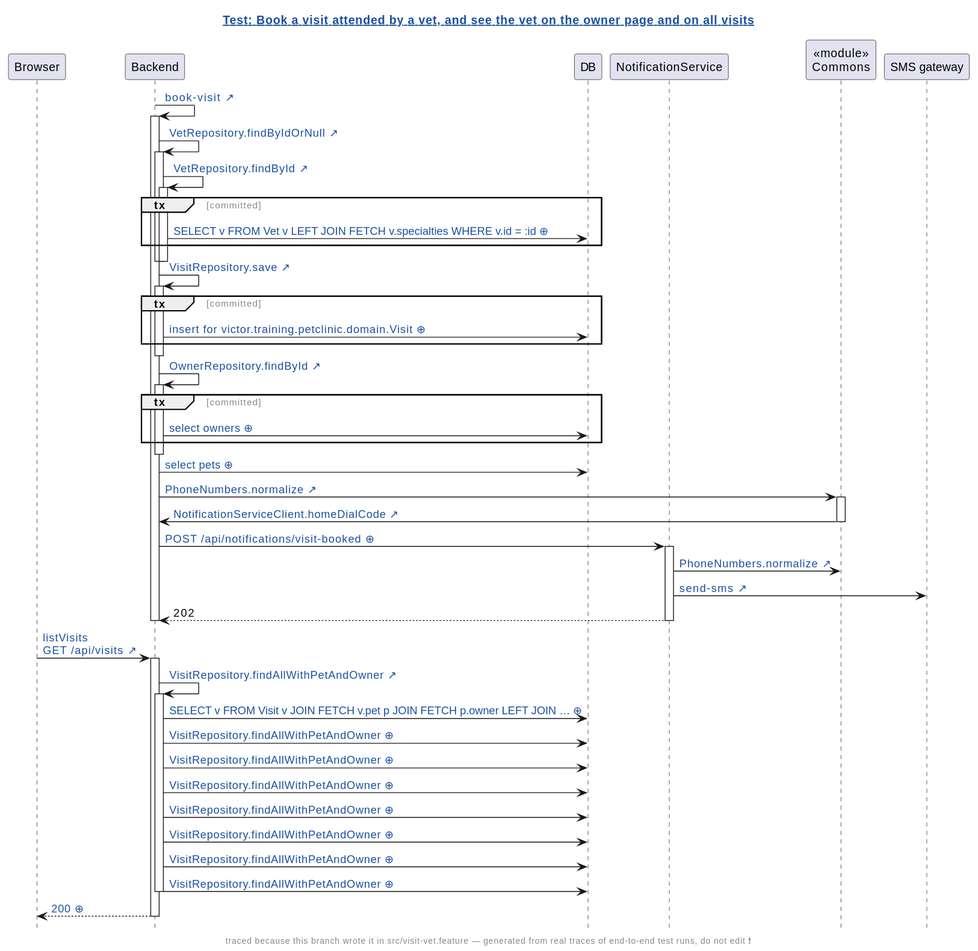
The PlantUML diagram demo/demo/assets/diagrams/petclinic-test_generated_visit-vet.feature.book-a-visit-attended-by-a-vet-and-see-the-vet-on-the-owner-page-and-on-all-visits.genseq.new.svg in victorrentea/human-review, before a commit.
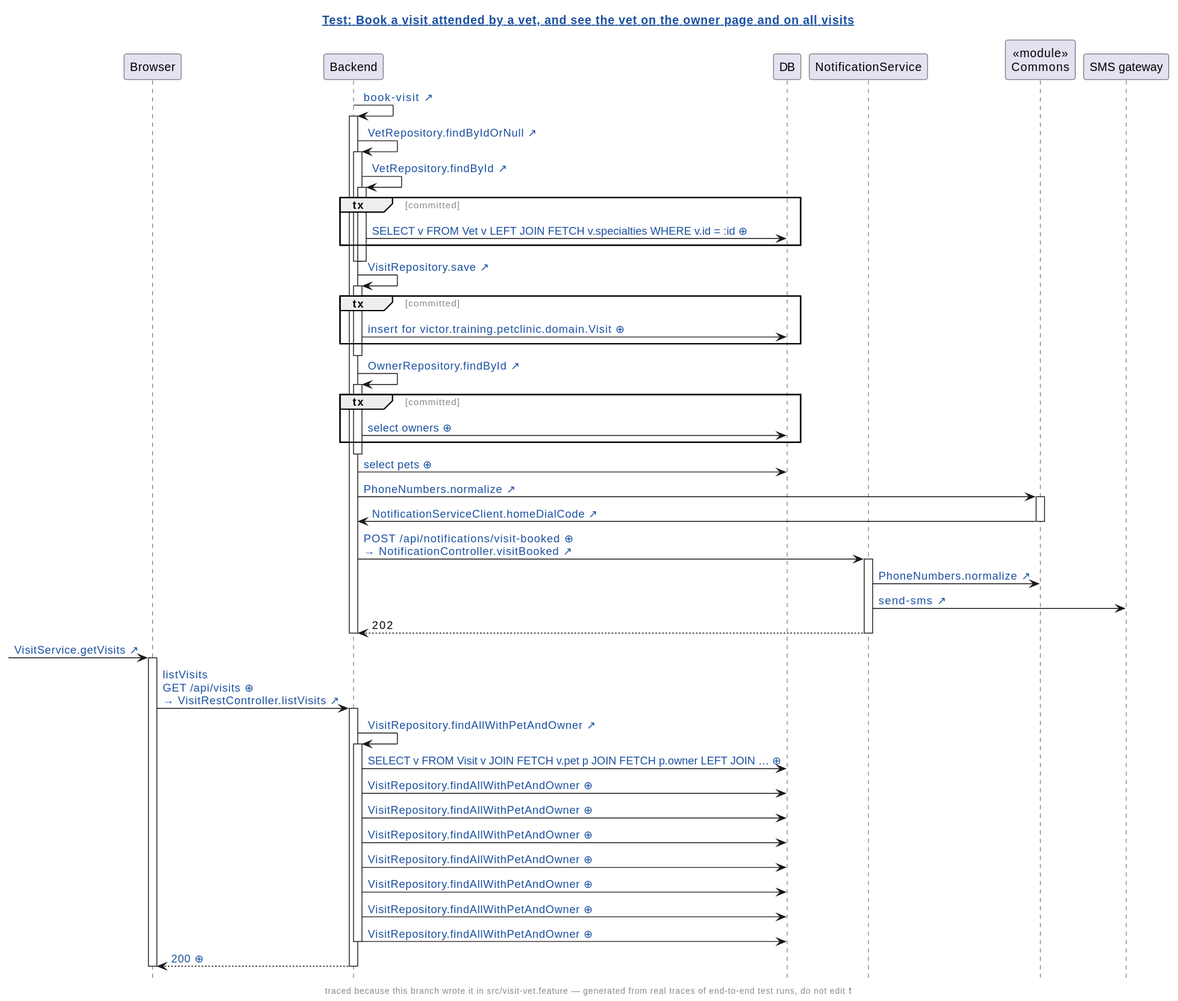
Above is the later version.

What changed in the source:
```diff
@@ -26,7 +26,7 @@
 Backend -> Backend: [[src://petclinic-backend/src/main/java/victor/training/petclinic/repository/VisitRepository.java:14{Click to open VisitRepository.save} VisitRepository.save ↗]]
 activate Backend
 group tx [committed]
-Backend -> DB: [[genseq://0kdd00e{Click for the statement behind this call} insert for victor.training.petclinic.domain.Visit ⊕]]
+Backend -> DB: [[genseq://05jtn76{Click for the statement behind this call} insert for victor.training.petclinic.domain.Visit ⊕]]
 end
 deactivate Backend
 Backend -> Backend: [[src://petclinic-backend/src/main/java/victor/training/petclinic/repository/OwnerRepository.java:14{Click to open OwnerRepository.findById} OwnerRepository.findById ↗]]
@@ -40,14 +40,16 @@
 activate Commons
 Commons -> Backend: [[src://petclinic-backend/src/main/java/victor/training/petclinic/notification/NotificationServiceClient.java:45{Click to open NotificationServiceClient.homeDialCode} NotificationServiceClient.homeDialCode ↗]]
 deactivate Commons
-Backend -> NotificationService: [[genseq://1p4ogm5{Click for this call’s JSON body} POST /api/notifications/visit-booked ⊕]]
+Backend -> NotificationService: [[genseq://00gfug0{Click for the request as it was sent} POST /api/notifications/visit-booked ⊕]]\n[[src://notification-service/src/main/java/victor/training/notification/NotificationController.java:21{Click to open NotificationController.visitBooked} → NotificationController.visitBooked ↗]]
 activate NotificationService
 NotificationService -> Commons: [[src://petclinic-commons/src/main/java/victor/training/commons/PhoneNumbers.java:8{Click to open PhoneNumbers.normalize} PhoneNumbers.normalize ↗]]
 NotificationService -> "SMS gateway": [[src://notification-service/src/main/java/victor/training/notification/SmsGateway.java:23{Click to open SmsGateway.send} send-sms ↗]]
 NotificationService --> Backend: 202
 deactivate NotificationService
 deactivate Backend
-Browser -> Backend: [[src://petclinic-frontend/src/app/visits/visits-page/visits-page.component.ts:21{Click to open the line that sent this request: visits-page.component.ts:21} listVisits\nGET /api/visits ↗]]
+[-> Browser: [[src://petclinic-frontend/src/app/visits/visits-page/visits-page.component.ts:21{Click to open the line that sent this request: visits-page.component.ts:21} VisitService.getVisits ↗]]
+activate Browser
+Browser -> Backend: [[genseq://01wssvh{Click for the request as it was sent} listVisits\nGET /api/visits ⊕]]\n[[src://petclinic-backend/src/main/java/victor/training/petclinic/rest/VisitRestController.java:47{Click to open VisitRestController.listVisits} → VisitRestController.listVisits ↗]]
 activate Backend
 Backend -> Backend: [[src://petclinic-backend/src/main/java/victor/training/petclinic/repository/VisitRepository.java:19{Click to open VisitRepository.findAllWithPetAndOwner} VisitRepository.findAllWithPetAndOwner ↗]]
 activate Backend
@@ -62,4 +64,5 @@
 deactivate Backend
 Backend --> Browser: [[genseq://0p8wewa{Click for this call’s JSON body} 200 ⊕]]
 deactivate Backend
+deactivate Browser
 @enduml
```
